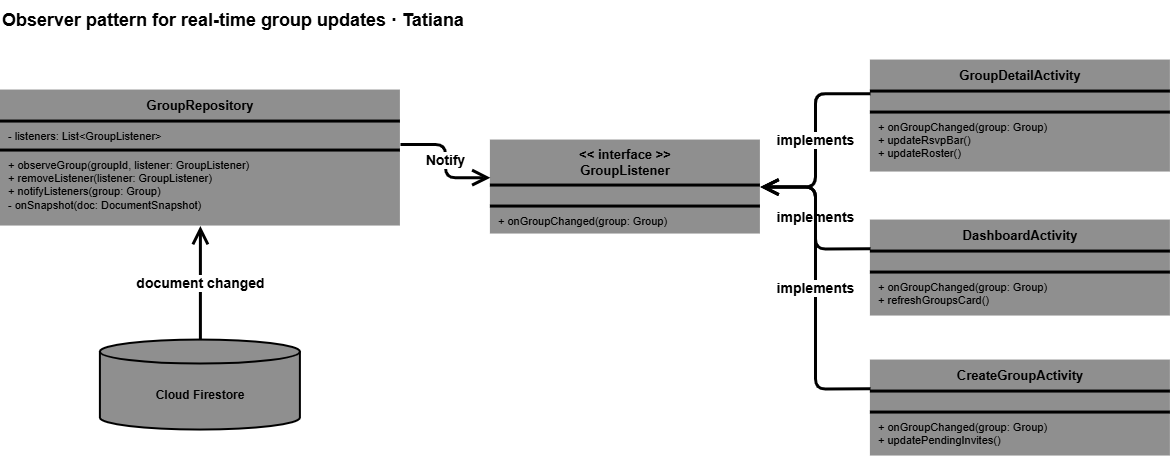
Above: img/Observerpattern.png in CONSTR-APLICACIONES-MOVILES/Sprint-2-Java (draw.io), before the change. Source tidied: cells renumbered, new cells last; positions are measured from the earlier drawing's top-left corner, leaving out a move shared by most shapes. Source of this version:
```xml
<mxGraphModel>
  <root>
    <mxCell id="0" />
    <mxCell id="1" parent="0" />
    <mxCell id="2" value="Observer pattern for real-time group updates · Tatiana" style="text;html=1;align=left;verticalAlign=middle;fontSize=18;fontStyle=1;fontColor=#000000;" parent="1" vertex="1">
      <mxGeometry width="1100" height="40" as="geometry" />
    </mxCell>
    <mxCell id="3" style="rounded=0;whiteSpace=wrap;html=1;fillColor=#8F8F8F;strokeColor=none;" parent="1" vertex="1">
      <mxGeometry y="90" width="400" height="136" as="geometry" />
    </mxCell>
    <mxCell id="4" value="GroupRepository" style="text;html=1;align=center;verticalAlign=middle;fontStyle=1;fontSize=13;fontColor=#000000;whiteSpace=wrap;" parent="3" vertex="1">
      <mxGeometry width="400" height="30" as="geometry" />
    </mxCell>
    <mxCell id="5" style="rounded=0;whiteSpace=wrap;html=1;fillColor=#000000;strokeColor=none;" parent="3" vertex="1">
      <mxGeometry y="30" width="400" height="3" as="geometry" />
    </mxCell>
    <mxCell id="6" value="- listeners: List&amp;lt;GroupListener&amp;gt;" style="text;html=1;align=left;verticalAlign=top;fontSize=11;fontColor=#000000;spacingLeft=6;whiteSpace=wrap;" parent="3" vertex="1">
      <mxGeometry y="33" width="400" height="26" as="geometry" />
    </mxCell>
    <mxCell id="7" style="rounded=0;whiteSpace=wrap;html=1;fillColor=#000000;strokeColor=none;" parent="3" vertex="1">
      <mxGeometry y="59" width="400" height="3" as="geometry" />
    </mxCell>
    <mxCell id="8" value="+ observeGroup(groupId, listener: GroupListener)&lt;br&gt;+ removeListener(listener: GroupListener)&lt;br&gt;+ notifyListeners(group: Group)&lt;br&gt;- onSnapshot(doc: DocumentSnapshot)" style="text;html=1;align=left;verticalAlign=top;fontSize=11;fontColor=#000000;spacingLeft=6;whiteSpace=wrap;" parent="3" vertex="1">
      <mxGeometry y="62" width="400" height="74" as="geometry" />
    </mxCell>
    <mxCell id="9" value="Cloud Firestore" style="shape=cylinder3;whiteSpace=wrap;html=1;boundedLbl=1;size=12;fillColor=#8F8F8F;strokeColor=#000000;strokeWidth=2;fontStyle=1;fontSize=12;" parent="1" vertex="1">
      <mxGeometry x="100" y="340" width="200" height="90" as="geometry" />
    </mxCell>
    <mxCell id="10" style="rounded=0;whiteSpace=wrap;html=1;fillColor=#8F8F8F;strokeColor=none;" parent="1" vertex="1">
      <mxGeometry x="490" y="140" width="270" height="94" as="geometry" />
    </mxCell>
    <mxCell id="11" value="&amp;lt;&amp;lt; interface &amp;gt;&amp;gt;&lt;br&gt;GroupListener" style="text;html=1;align=center;verticalAlign=middle;fontStyle=1;fontSize=13;fontColor=#000000;whiteSpace=wrap;" parent="10" vertex="1">
      <mxGeometry width="270" height="44" as="geometry" />
    </mxCell>
    <mxCell id="12" style="rounded=0;whiteSpace=wrap;html=1;fillColor=#000000;strokeColor=none;" parent="10" vertex="1">
      <mxGeometry y="44" width="270" height="3" as="geometry" />
    </mxCell>
    <mxCell id="13" style="text;html=1;align=left;verticalAlign=top;fontSize=11;fontColor=#000000;spacingLeft=6;whiteSpace=wrap;" parent="10" vertex="1">
      <mxGeometry y="47" width="270" height="18" as="geometry" />
    </mxCell>
    <mxCell id="14" style="rounded=0;whiteSpace=wrap;html=1;fillColor=#000000;strokeColor=none;" parent="10" vertex="1">
      <mxGeometry y="65" width="270" height="3" as="geometry" />
    </mxCell>
    <mxCell id="15" value="+ onGroupChanged(group: Group)" style="text;html=1;align=left;verticalAlign=top;fontSize=11;fontColor=#000000;spacingLeft=6;whiteSpace=wrap;" parent="10" vertex="1">
      <mxGeometry y="68" width="270" height="26" as="geometry" />
    </mxCell>
    <mxCell id="16" style="rounded=0;whiteSpace=wrap;html=1;fillColor=#8F8F8F;strokeColor=none;" parent="1" vertex="1">
      <mxGeometry x="870" y="60" width="300" height="112" as="geometry" />
    </mxCell>
    <mxCell id="17" value="GroupDetailActivity" style="text;html=1;align=center;verticalAlign=middle;fontStyle=1;fontSize=13;fontColor=#000000;whiteSpace=wrap;" parent="16" vertex="1">
      <mxGeometry width="300" height="30" as="geometry" />
    </mxCell>
    <mxCell id="18" style="rounded=0;whiteSpace=wrap;html=1;fillColor=#000000;strokeColor=none;" parent="16" vertex="1">
      <mxGeometry y="30" width="300" height="3" as="geometry" />
    </mxCell>
    <mxCell id="19" style="text;html=1;align=left;verticalAlign=top;fontSize=11;fontColor=#000000;spacingLeft=6;whiteSpace=wrap;" parent="16" vertex="1">
      <mxGeometry y="33" width="300" height="18" as="geometry" />
    </mxCell>
    <mxCell id="20" style="rounded=0;whiteSpace=wrap;html=1;fillColor=#000000;strokeColor=none;" parent="16" vertex="1">
      <mxGeometry y="51" width="300" height="3" as="geometry" />
    </mxCell>
    <mxCell id="21" value="+ onGroupChanged(group: Group)&lt;br&gt;+ updateRsvpBar()&lt;br&gt;+ updateRoster()" style="text;html=1;align=left;verticalAlign=top;fontSize=11;fontColor=#000000;spacingLeft=6;whiteSpace=wrap;" parent="16" vertex="1">
      <mxGeometry y="54" width="300" height="58" as="geometry" />
    </mxCell>
    <mxCell id="22" style="rounded=0;whiteSpace=wrap;html=1;fillColor=#8F8F8F;strokeColor=none;" parent="1" vertex="1">
      <mxGeometry x="870" y="220" width="300" height="96" as="geometry" />
    </mxCell>
    <mxCell id="23" value="DashboardActivity" style="text;html=1;align=center;verticalAlign=middle;fontStyle=1;fontSize=13;fontColor=#000000;whiteSpace=wrap;" parent="22" vertex="1">
      <mxGeometry width="300" height="30" as="geometry" />
    </mxCell>
    <mxCell id="24" style="rounded=0;whiteSpace=wrap;html=1;fillColor=#000000;strokeColor=none;" parent="22" vertex="1">
      <mxGeometry y="30" width="300" height="3" as="geometry" />
    </mxCell>
    <mxCell id="25" style="text;html=1;align=left;verticalAlign=top;fontSize=11;fontColor=#000000;spacingLeft=6;whiteSpace=wrap;" parent="22" vertex="1">
      <mxGeometry y="33" width="300" height="18" as="geometry" />
    </mxCell>
    <mxCell id="26" style="rounded=0;whiteSpace=wrap;html=1;fillColor=#000000;strokeColor=none;" parent="22" vertex="1">
      <mxGeometry y="51" width="300" height="3" as="geometry" />
    </mxCell>
    <mxCell id="27" value="+ onGroupChanged(group: Group)&lt;br&gt;+ refreshGroupsCard()" style="text;html=1;align=left;verticalAlign=top;fontSize=11;fontColor=#000000;spacingLeft=6;whiteSpace=wrap;" parent="22" vertex="1">
      <mxGeometry y="54" width="300" height="42" as="geometry" />
    </mxCell>
    <mxCell id="28" style="rounded=0;whiteSpace=wrap;html=1;fillColor=#8F8F8F;strokeColor=none;" parent="1" vertex="1">
      <mxGeometry x="870" y="360" width="300" height="96" as="geometry" />
    </mxCell>
    <mxCell id="29" value="CreateGroupActivity" style="text;html=1;align=center;verticalAlign=middle;fontStyle=1;fontSize=13;fontColor=#000000;whiteSpace=wrap;" parent="28" vertex="1">
      <mxGeometry width="300" height="30" as="geometry" />
    </mxCell>
    <mxCell id="30" style="rounded=0;whiteSpace=wrap;html=1;fillColor=#000000;strokeColor=none;" parent="28" vertex="1">
      <mxGeometry y="30" width="300" height="3" as="geometry" />
    </mxCell>
    <mxCell id="31" style="text;html=1;align=left;verticalAlign=top;fontSize=11;fontColor=#000000;spacingLeft=6;whiteSpace=wrap;" parent="28" vertex="1">
      <mxGeometry y="33" width="300" height="18" as="geometry" />
    </mxCell>
    <mxCell id="32" style="rounded=0;whiteSpace=wrap;html=1;fillColor=#000000;strokeColor=none;" parent="28" vertex="1">
      <mxGeometry y="51" width="300" height="3" as="geometry" />
    </mxCell>
    <mxCell id="33" value="+ onGroupChanged(group: Group)&lt;br&gt;+ updatePendingInvites()" style="text;html=1;align=left;verticalAlign=top;fontSize=11;fontColor=#000000;spacingLeft=6;whiteSpace=wrap;" parent="28" vertex="1">
      <mxGeometry y="54" width="300" height="42" as="geometry" />
    </mxCell>
    <mxCell id="34" value="document changed" style="edgeStyle=orthogonalEdgeStyle;rounded=1;html=1;endArrow=open;endSize=12;strokeWidth=3;strokeColor=#000000;fontStyle=1;fontSize=14;labelBackgroundColor=#FFFFFF;exitX=0.5;exitY=0;entryX=0.5;entryY=1;" parent="1" edge="1" source="9" target="3">
      <mxGeometry relative="1" as="geometry" />
    </mxCell>
    <mxCell id="35" value="Notify" style="edgeStyle=orthogonalEdgeStyle;rounded=1;html=1;endArrow=open;endSize=12;strokeWidth=3;strokeColor=#000000;fontStyle=1;fontSize=14;labelBackgroundColor=#FFFFFF;exitX=1;exitY=0.4;entryX=0;entryY=0.4;" parent="1" edge="1" source="3" target="10">
      <mxGeometry relative="1" as="geometry" />
    </mxCell>
    <mxCell id="36" value="implements" style="edgeStyle=orthogonalEdgeStyle;rounded=1;html=1;endArrow=open;endSize=12;strokeWidth=3;strokeColor=#000000;fontStyle=1;fontSize=14;labelBackgroundColor=#FFFFFF;exitX=0;exitY=0.3;entryX=1;entryY=0.5;" parent="1" edge="1" source="16" target="10">
      <mxGeometry relative="1" as="geometry" />
    </mxCell>
    <mxCell id="37" value="implements" style="edgeStyle=orthogonalEdgeStyle;rounded=1;html=1;endArrow=open;endSize=12;strokeWidth=3;strokeColor=#000000;fontStyle=1;fontSize=14;labelBackgroundColor=#FFFFFF;exitX=0;exitY=0.3;entryX=1;entryY=0.5;" parent="1" edge="1" source="22" target="10">
      <mxGeometry relative="1" as="geometry" />
    </mxCell>
    <mxCell id="38" value="implements" style="edgeStyle=orthogonalEdgeStyle;rounded=1;html=1;endArrow=open;endSize=12;strokeWidth=3;strokeColor=#000000;fontStyle=1;fontSize=14;labelBackgroundColor=#FFFFFF;exitX=0;exitY=0.3;entryX=1;entryY=0.5;" parent="1" edge="1" source="28" target="10">
      <mxGeometry relative="1" as="geometry" />
    </mxCell>
  </root>
</mxGraphModel>
```
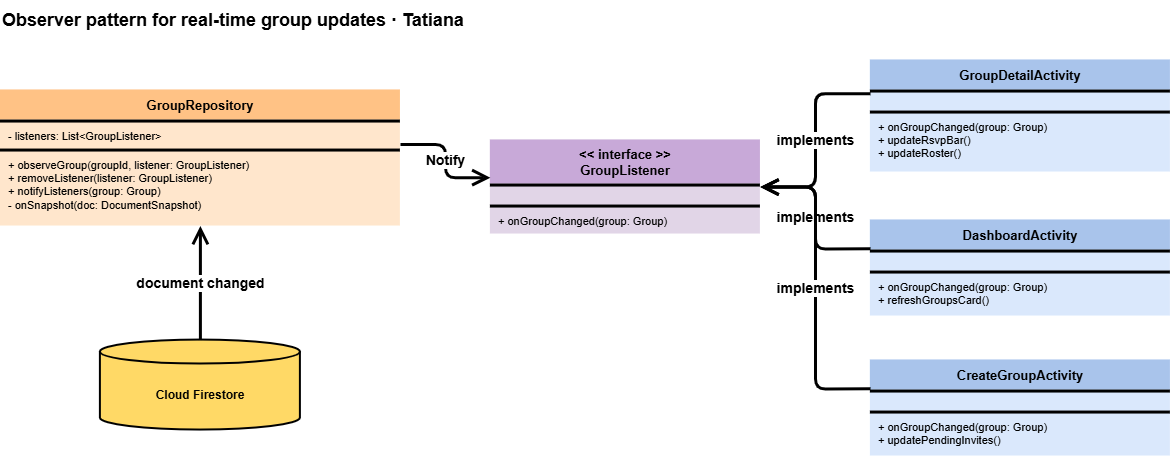
The same diagram one commit later.

The edit, as a diff of the source:
```diff
@@ -5,10 +5,10 @@
     <mxCell id="2" value="Observer pattern for real-time group updates · Tatiana" style="text;html=1;align=left;verticalAlign=middle;fontSize=18;fontStyle=1;fontColor=#000000;" parent="1" vertex="1">
       <mxGeometry width="1100" height="40" as="geometry" />
     </mxCell>
-    <mxCell id="3" style="rounded=0;whiteSpace=wrap;html=1;fillColor=#8F8F8F;strokeColor=none;" parent="1" vertex="1">
+    <mxCell id="3" style="rounded=0;whiteSpace=wrap;html=1;fillColor=#FFE6CC;strokeColor=none;" parent="1" vertex="1">
       <mxGeometry y="90" width="400" height="136" as="geometry" />
     </mxCell>
-    <mxCell id="4" value="GroupRepository" style="text;html=1;align=center;verticalAlign=middle;fontStyle=1;fontSize=13;fontColor=#000000;whiteSpace=wrap;" parent="3" vertex="1">
+    <mxCell id="4" value="GroupRepository" style="text;html=1;align=center;verticalAlign=middle;fontStyle=1;fontSize=13;fontColor=#000000;whiteSpace=wrap;fillColor=#FFC285;strokeColor=none;" parent="3" vertex="1">
       <mxGeometry width="400" height="30" as="geometry" />
     </mxCell>
     <mxCell id="5" style="rounded=0;whiteSpace=wrap;html=1;fillColor=#000000;strokeColor=none;" parent="3" vertex="1">
@@ -23,13 +23,13 @@
     <mxCell id="8" value="+ observeGroup(groupId, listener: GroupListener)&lt;br&gt;+ removeListener(listener: GroupListener)&lt;br&gt;+ notifyListeners(group: Group)&lt;br&gt;- onSnapshot(doc: DocumentSnapshot)" style="text;html=1;align=left;verticalAlign=top;fontSize=11;fontColor=#000000;spacingLeft=6;whiteSpace=wrap;" parent="3" vertex="1">
       <mxGeometry y="62" width="400" height="74" as="geometry" />
     </mxCell>
-    <mxCell id="9" value="Cloud Firestore" style="shape=cylinder3;whiteSpace=wrap;html=1;boundedLbl=1;size=12;fillColor=#8F8F8F;strokeColor=#000000;strokeWidth=2;fontStyle=1;fontSize=12;" parent="1" vertex="1">
+    <mxCell id="9" value="Cloud Firestore" style="shape=cylinder3;whiteSpace=wrap;html=1;boundedLbl=1;size=12;fillColor=#FFD966;strokeColor=#000000;strokeWidth=2;fontStyle=1;fontSize=12;" parent="1" vertex="1">
       <mxGeometry x="100" y="340" width="200" height="90" as="geometry" />
     </mxCell>
-    <mxCell id="10" style="rounded=0;whiteSpace=wrap;html=1;fillColor=#8F8F8F;strokeColor=none;" parent="1" vertex="1">
+    <mxCell id="10" style="rounded=0;whiteSpace=wrap;html=1;fillColor=#E1D5E7;strokeColor=none;" parent="1" vertex="1">
       <mxGeometry x="490" y="140" width="270" height="94" as="geometry" />
     </mxCell>
-    <mxCell id="11" value="&amp;lt;&amp;lt; interface &amp;gt;&amp;gt;&lt;br&gt;GroupListener" style="text;html=1;align=center;verticalAlign=middle;fontStyle=1;fontSize=13;fontColor=#000000;whiteSpace=wrap;" parent="10" vertex="1">
+    <mxCell id="11" value="&amp;lt;&amp;lt; interface &amp;gt;&amp;gt;&lt;br&gt;GroupListener" style="text;html=1;align=center;verticalAlign=middle;fontStyle=1;fontSize=13;fontColor=#000000;whiteSpace=wrap;fillColor=#C8A9D8;strokeColor=none;" parent="10" vertex="1">
       <mxGeometry width="270" height="44" as="geometry" />
     </mxCell>
     <mxCell id="12" style="rounded=0;whiteSpace=wrap;html=1;fillColor=#000000;strokeColor=none;" parent="10" vertex="1">
@@ -44,10 +44,10 @@
     <mxCell id="15" value="+ onGroupChanged(group: Group)" style="text;html=1;align=left;verticalAlign=top;fontSize=11;fontColor=#000000;spacingLeft=6;whiteSpace=wrap;" parent="10" vertex="1">
       <mxGeometry y="68" width="270" height="26" as="geometry" />
     </mxCell>
-    <mxCell id="16" style="rounded=0;whiteSpace=wrap;html=1;fillColor=#8F8F8F;strokeColor=none;" parent="1" vertex="1">
+    <mxCell id="16" style="rounded=0;whiteSpace=wrap;html=1;fillColor=#DAE8FC;strokeColor=none;" parent="1" vertex="1">
       <mxGeometry x="870" y="60" width="300" height="112" as="geometry" />
     </mxCell>
-    <mxCell id="17" value="GroupDetailActivity" style="text;html=1;align=center;verticalAlign=middle;fontStyle=1;fontSize=13;fontColor=#000000;whiteSpace=wrap;" parent="16" vertex="1">
+    <mxCell id="17" value="GroupDetailActivity" style="text;html=1;align=center;verticalAlign=middle;fontStyle=1;fontSize=13;fontColor=#000000;whiteSpace=wrap;fillColor=#A9C4EB;strokeColor=none;" parent="16" vertex="1">
       <mxGeometry width="300" height="30" as="geometry" />
     </mxCell>
     <mxCell id="18" style="rounded=0;whiteSpace=wrap;html=1;fillColor=#000000;strokeColor=none;" parent="16" vertex="1">
@@ -62,10 +62,10 @@
     <mxCell id="21" value="+ onGroupChanged(group: Group)&lt;br&gt;+ updateRsvpBar()&lt;br&gt;+ updateRoster()" style="text;html=1;align=left;verticalAlign=top;fontSize=11;fontColor=#000000;spacingLeft=6;whiteSpace=wrap;" parent="16" vertex="1">
       <mxGeometry y="54" width="300" height="58" as="geometry" />
     </mxCell>
-    <mxCell id="22" style="rounded=0;whiteSpace=wrap;html=1;fillColor=#8F8F8F;strokeColor=none;" parent="1" vertex="1">
+    <mxCell id="22" style="rounded=0;whiteSpace=wrap;html=1;fillColor=#DAE8FC;strokeColor=none;" parent="1" vertex="1">
       <mxGeometry x="870" y="220" width="300" height="96" as="geometry" />
     </mxCell>
-    <mxCell id="23" value="DashboardActivity" style="text;html=1;align=center;verticalAlign=middle;fontStyle=1;fontSize=13;fontColor=#000000;whiteSpace=wrap;" parent="22" vertex="1">
+    <mxCell id="23" value="DashboardActivity" style="text;html=1;align=center;verticalAlign=middle;fontStyle=1;fontSize=13;fontColor=#000000;whiteSpace=wrap;fillColor=#A9C4EB;strokeColor=none;" parent="22" vertex="1">
       <mxGeometry width="300" height="30" as="geometry" />
     </mxCell>
     <mxCell id="24" style="rounded=0;whiteSpace=wrap;html=1;fillColor=#000000;strokeColor=none;" parent="22" vertex="1">
@@ -80,10 +80,10 @@
     <mxCell id="27" value="+ onGroupChanged(group: Group)&lt;br&gt;+ refreshGroupsCard()" style="text;html=1;align=left;verticalAlign=top;fontSize=11;fontColor=#000000;spacingLeft=6;whiteSpace=wrap;" parent="22" vertex="1">
       <mxGeometry y="54" width="300" height="42" as="geometry" />
     </mxCell>
-    <mxCell id="28" style="rounded=0;whiteSpace=wrap;html=1;fillColor=#8F8F8F;strokeColor=none;" parent="1" vertex="1">
+    <mxCell id="28" style="rounded=0;whiteSpace=wrap;html=1;fillColor=#DAE8FC;strokeColor=none;" parent="1" vertex="1">
       <mxGeometry x="870" y="360" width="300" height="96" as="geometry" />
     </mxCell>
-    <mxCell id="29" value="CreateGroupActivity" style="text;html=1;align=center;verticalAlign=middle;fontStyle=1;fontSize=13;fontColor=#000000;whiteSpace=wrap;" parent="28" vertex="1">
+    <mxCell id="29" value="CreateGroupActivity" style="text;html=1;align=center;verticalAlign=middle;fontStyle=1;fontSize=13;fontColor=#000000;whiteSpace=wrap;fillColor=#A9C4EB;strokeColor=none;" parent="28" vertex="1">
       <mxGeometry width="300" height="30" as="geometry" />
     </mxCell>
     <mxCell id="30" style="rounded=0;whiteSpace=wrap;html=1;fillColor=#000000;strokeColor=none;" parent="28" vertex="1">
```
